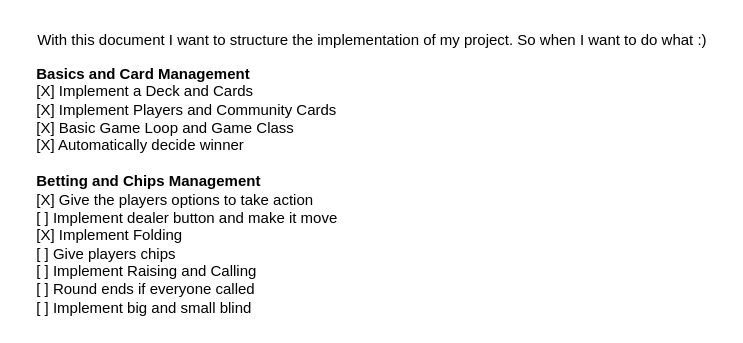
This is design/tasks.drawio from YSchilling/pokernight, a draw.io file, before an edit. Source tidied: cells renumbered, new cells numbered last; positions are measured from the earlier drawing's top-left corner, leaving out a move shared by most shapes. Both pictures are drawn from the tidied source at 125%, with x=0, y=0 at pixel (21, 21).
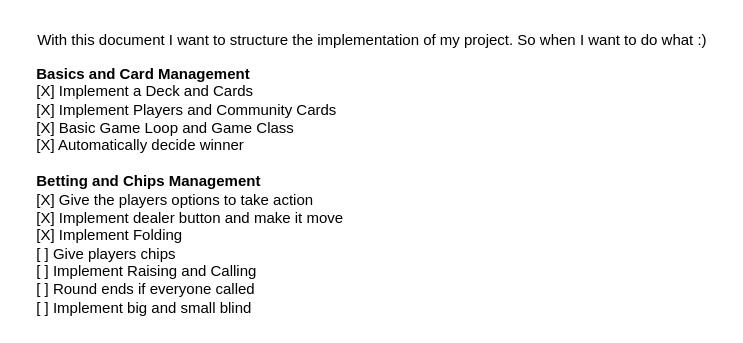
Above is the later version.

Commit message (it also covers changes not shown here):
implemented simple betting

The edit, as a diff of the source:
```diff
@@
 <mxGraphModel>
   <root>
     <mxCell id="0" />
     <mxCell id="1" parent="0" />
     <mxCell id="2" value="With this document I want to structure the implementation of my project. So when I want to do what :)" style="text;html=1;align=center;verticalAlign=middle;strokeColor=none;fillColor=none;" parent="1" vertex="1">
       <mxGeometry width="560" height="30" as="geometry" />
     </mxCell>
-    <mxCell id="3" value="&lt;b&gt;Basics and Card Management&lt;/b&gt;&lt;br&gt;[X] Implement a Deck and Cards&lt;br&gt;[X] Implement Players and Community Cards&lt;br&gt;[X] Basic Game Loop and Game Class&lt;br&gt;[X] Automatically decide winner&lt;br&gt;&lt;b&gt;&lt;br&gt;Betting and Chips Management&lt;br&gt;&lt;/b&gt;[X] Give the players options to take action&lt;br&gt;[ ] Implement dealer button and make it move&lt;br&gt;[X] Implement Folding&lt;br&gt;[ ] Give players chips&lt;br&gt;[ ] Implement Raising and Calling&lt;br&gt;[ ] Round ends if everyone called&lt;br&gt;[ ] Implement big and small blind" style="text;html=1;align=left;verticalAlign=middle;strokeColor=none;fillColor=none;" parent="1" vertex="1">
-      <mxGeometry x="10" y="30" width="260" height="210" as="geometry" />
+    <mxCell id="3" value="&lt;b&gt;Basics and Card Management&lt;/b&gt;&lt;br&gt;[X] Implement a Deck and Cards&lt;br&gt;[X] Implement Players and Community Cards&lt;br&gt;[X] Basic Game Loop and Game Class&lt;br&gt;[X] Automatically decide winner&lt;br&gt;&lt;b&gt;&lt;br&gt;Betting and Chips Management&lt;br&gt;&lt;/b&gt;[X] Give the players options to take action&lt;br&gt;[X] Implement dealer button and make it move&lt;br&gt;[X] Implement Folding&lt;br&gt;[ ] Give players chips&lt;br&gt;[ ] Implement Raising and Calling&lt;br&gt;[ ] Round ends if everyone called&lt;br&gt;[ ] Implement big and small blind" style="text;html=1;align=left;verticalAlign=middle;strokeColor=none;fillColor=none;" parent="1" vertex="1">
+      <mxGeometry x="10" y="30" width="270" height="210" as="geometry" />
     </mxCell>
   </root>
 </mxGraphModel>
```
